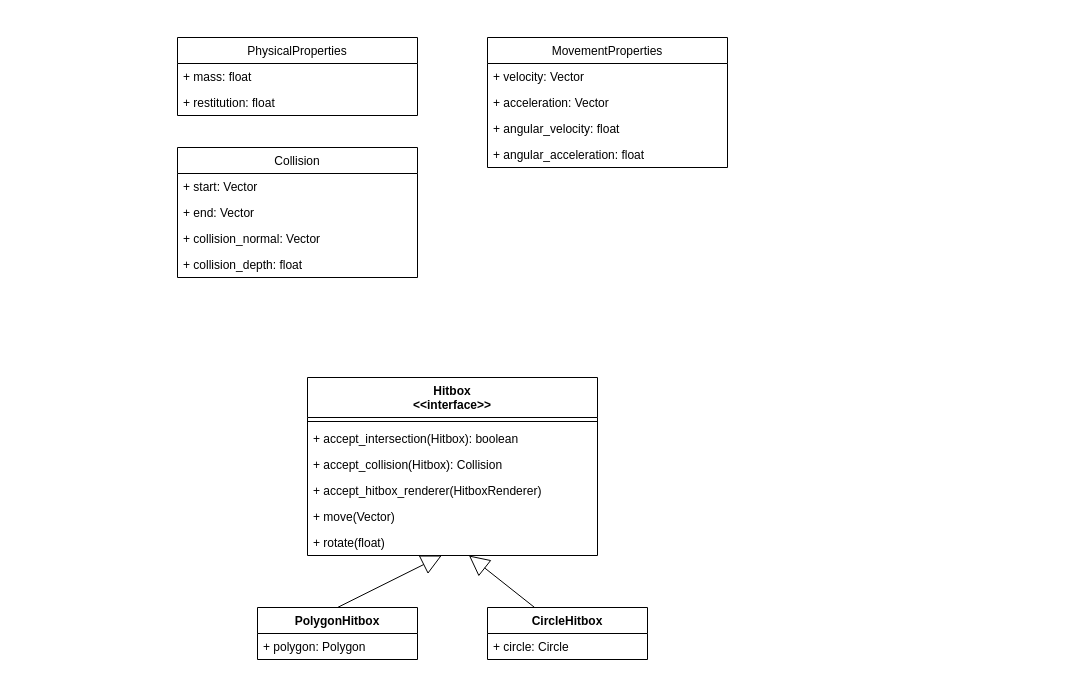
This is page "physicslib" (2 of 6) of docs/ClassDiagrams.drawio from MiniCooper40/2DPhysicsEngine, a draw.io file, before an edit. Source tidied: cells renumbered, new cells numbered last; positions are measured from the earlier drawing's top-left corner, leaving out a move shared by most shapes. Both pictures are drawn from the tidied source at 100%, with x=0, y=0 at pixel (177, 37).
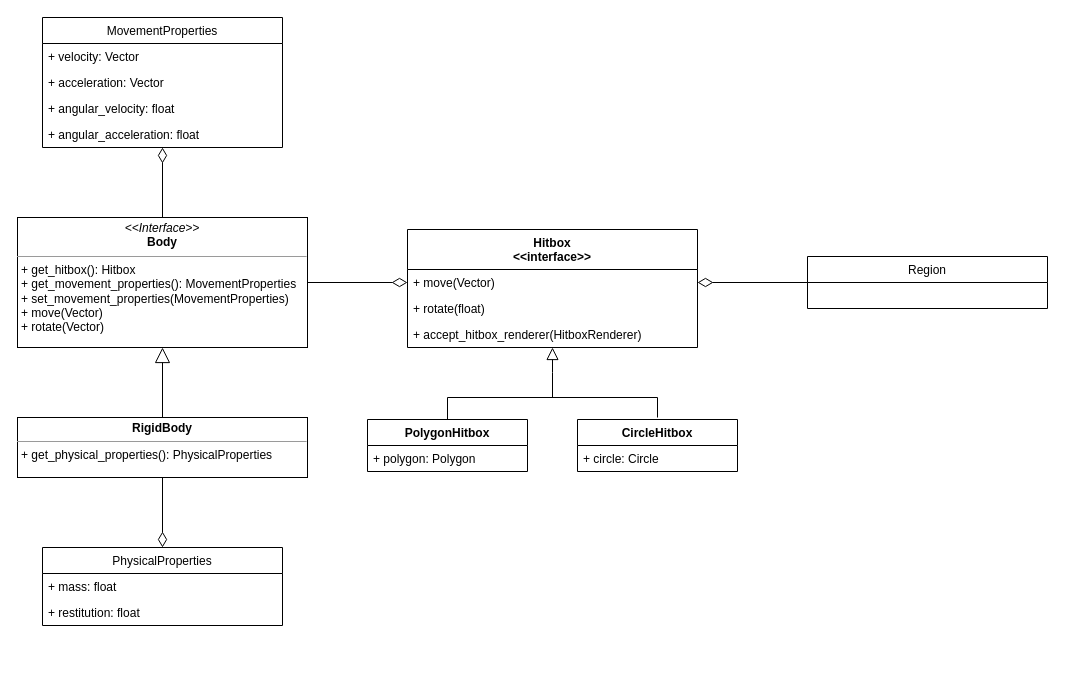
After the change.

The change refers to these unchanged cells:
```xml
<mxCell id="9" value="+ angular_acceleration: float" style="text;strokeColor=none;fillColor=none;align=left;verticalAlign=top;spacingLeft=4;spacingRight=4;overflow=hidden;points=[[0,0.5],[1,0.5]];portConstraint=eastwest;" parent="5" vertex="1">
  <mxGeometry y="104" width="240" height="26" as="geometry" />
</mxCell>
```

Change to the diagram source:
```diff
@@
     <mxCell id="2" value="PhysicalProperties" style="swimlane;fontStyle=0;horizontal=1;startSize=26;fillColor=none;" parent="1" vertex="1">
-      <mxGeometry width="240" height="78" as="geometry" />
+      <mxGeometry x="-135" y="510" width="240" height="78" as="geometry" />
     </mxCell>
@@
     <mxCell id="5" value="MovementProperties" style="swimlane;fontStyle=0;horizontal=1;startSize=26;fillColor=none;" parent="1" vertex="1">
-      <mxGeometry x="310" width="240" height="130" as="geometry" />
+      <mxGeometry x="-135" y="-20" width="240" height="130" as="geometry" />
     </mxCell>
@@
+    <mxCell id="28" style="edgeStyle=orthogonalEdgeStyle;rounded=0;jumpSize=10;orthogonalLoop=1;jettySize=auto;html=1;entryX=0.5;entryY=0;entryDx=0;entryDy=0;endArrow=none;endFill=0;endSize=13;" parent="1" edge="1">
+      <mxGeometry relative="1" as="geometry">
+        <mxPoint x="480" y="380" as="sourcePoint" />
+        <mxPoint x="270" y="382" as="targetPoint" />
+        <Array as="points">
+          <mxPoint x="480" y="360" />
+          <mxPoint x="270" y="360" />
+        </Array>
+      </mxGeometry>
+    </mxCell>
+    <mxCell id="29" style="edgeStyle=orthogonalEdgeStyle;rounded=0;jumpSize=10;jettySize=auto;html=1;endArrow=none;endFill=0;endSize=17;startArrow=block;startFill=0;targetPerimeterSpacing=14;sourcePerimeterSpacing=0;startSize=10;" parent="1" edge="1" source="10">
+      <mxGeometry relative="1" as="geometry">
+        <mxPoint x="375" y="360" as="targetPoint" />
+      </mxGeometry>
+    </mxCell>
     <mxCell id="10" value="Hitbox&#10;&lt;&lt;interface&gt;&gt;" style="swimlane;fontStyle=1;align=center;verticalAlign=top;horizontal=1;startSize=40;" parent="1" vertex="1">
-      <mxGeometry x="130" y="340" width="290" height="178" as="geometry" />
+      <mxGeometry x="230" y="192" width="290" height="118" as="geometry" />
     </mxCell>
-    <mxCell id="11" style="line;strokeWidth=1;fillColor=none;align=left;verticalAlign=middle;spacingTop=-1;spacingLeft=3;spacingRight=3;labelPosition=right;strokeColor=inherit;" parent="10" vertex="1">
-      <mxGeometry y="40" width="290" height="8" as="geometry" />
-    </mxCell>
-    <mxCell id="12" value="+ accept_intersection(Hitbox): boolean" style="text;strokeColor=none;fillColor=none;align=left;verticalAlign=top;spacingLeft=4;spacingRight=4;overflow=hidden;" parent="10" vertex="1">
-      <mxGeometry y="48" width="290" height="26" as="geometry" />
-    </mxCell>
-    <mxCell id="13" value="+ accept_collision(Hitbox): Collision" style="text;strokeColor=none;fillColor=none;align=left;verticalAlign=top;spacingLeft=4;spacingRight=4;overflow=hidden;" parent="10" vertex="1">
-      <mxGeometry y="74" width="290" height="26" as="geometry" />
-    </mxCell>
-    <mxCell id="14" value="+ accept_hitbox_renderer(HitboxRenderer)" style="text;strokeColor=none;fillColor=none;align=left;verticalAlign=top;spacingLeft=4;spacingRight=4;overflow=hidden;" parent="10" vertex="1">
-      <mxGeometry y="100" width="290" height="26" as="geometry" />
-    </mxCell>
     <mxCell id="15" value="+ move(Vector)" style="text;strokeColor=none;fillColor=none;align=left;verticalAlign=top;spacingLeft=4;spacingRight=4;overflow=hidden;points=[[0,0.5],[1,0.5]];portConstraint=eastwest;" parent="10" vertex="1">
-      <mxGeometry y="126" width="290" height="26" as="geometry" />
+      <mxGeometry y="40" width="290" height="26" as="geometry" />
     </mxCell>
     <mxCell id="16" value="+ rotate(float)" style="text;strokeColor=none;fillColor=none;align=left;verticalAlign=top;spacingLeft=4;spacingRight=4;overflow=hidden;points=[[0,0.5],[1,0.5]];portConstraint=eastwest;" parent="10" vertex="1">
-      <mxGeometry y="152" width="290" height="26" as="geometry" />
+      <mxGeometry y="66" width="290" height="26" as="geometry" />
     </mxCell>
-    <mxCell id="17" value="Collision" style="swimlane;fontStyle=0;horizontal=1;startSize=26;fillColor=none;" parent="1" vertex="1">
-      <mxGeometry y="110" width="240" height="130" as="geometry" />
-    </mxCell>
-    <mxCell id="18" value="+ start: Vector" style="text;strokeColor=none;fillColor=none;align=left;verticalAlign=top;spacingLeft=4;spacingRight=4;overflow=hidden;" parent="17" vertex="1">
-      <mxGeometry y="26" width="240" height="26" as="geometry" />
-    </mxCell>
-    <mxCell id="19" value="+ end: Vector" style="text;strokeColor=none;fillColor=none;align=left;verticalAlign=top;spacingLeft=4;spacingRight=4;overflow=hidden;" parent="17" vertex="1">
-      <mxGeometry y="52" width="240" height="26" as="geometry" />
-    </mxCell>
-    <mxCell id="20" value="+ collision_normal: Vector" style="text;strokeColor=none;fillColor=none;align=left;verticalAlign=top;spacingLeft=4;spacingRight=4;overflow=hidden;" parent="17" vertex="1">
-      <mxGeometry y="78" width="240" height="26" as="geometry" />
-    </mxCell>
-    <mxCell id="21" value="+ collision_depth: float" style="text;strokeColor=none;fillColor=none;align=left;verticalAlign=top;spacingLeft=4;spacingRight=4;overflow=hidden;" parent="17" vertex="1">
-      <mxGeometry y="104" width="240" height="26" as="geometry" />
-    </mxCell>
-    <mxCell id="22" style="edgeStyle=none;rounded=0;jettySize=auto;html=1;exitX=0.5;exitY=0;exitDx=0;exitDy=0;entryX=0.463;entryY=1.001;entryDx=0;entryDy=0;entryPerimeter=0;strokeWidth=1;endArrow=block;endFill=0;endSize=18;" parent="1" edge="1" source="23" target="16">
-      <mxGeometry relative="1" as="geometry" />
-    </mxCell>
+    <mxCell id="14" value="+ accept_hitbox_renderer(HitboxRenderer)" style="text;strokeColor=none;fillColor=none;align=left;verticalAlign=top;spacingLeft=4;spacingRight=4;overflow=hidden;" parent="10" vertex="1">
+      <mxGeometry y="92" width="290" height="26" as="geometry" />
+    </mxCell>
     <mxCell id="23" value="PolygonHitbox" style="swimlane;fontStyle=1;align=center;verticalAlign=top;horizontal=1;startSize=26;" parent="1" vertex="1">
-      <mxGeometry x="80" y="570" width="160" height="52" as="geometry" />
+      <mxGeometry x="190" y="382" width="160" height="52" as="geometry" />
     </mxCell>
@@
-    <mxCell id="25" style="edgeStyle=none;rounded=0;jettySize=auto;html=1;strokeWidth=1;endArrow=block;endFill=0;endSize=18;" parent="1" edge="1" source="26" target="16">
-      <mxGeometry relative="1" as="geometry" />
-    </mxCell>
     <mxCell id="26" value="CircleHitbox" style="swimlane;fontStyle=1;align=center;verticalAlign=top;horizontal=1;startSize=26;" parent="1" vertex="1">
-      <mxGeometry x="310" y="570" width="160" height="52" as="geometry" />
+      <mxGeometry x="400" y="382" width="160" height="52" as="geometry" />
     </mxCell>
@@
+    <mxCell id="30" style="edgeStyle=none;rounded=0;jumpSize=10;jettySize=auto;html=1;exitX=0.5;exitY=0;exitDx=0;exitDy=0;endArrow=diamondThin;endFill=0;endSize=13;" parent="1" edge="1" source="32" target="9">
+      <mxGeometry relative="1" as="geometry" />
+    </mxCell>
+    <mxCell id="31" style="edgeStyle=none;rounded=0;jumpSize=10;jettySize=auto;html=1;exitX=1;exitY=0.5;exitDx=0;exitDy=0;entryX=0;entryY=0.5;entryDx=0;entryDy=0;endArrow=diamondThin;endFill=0;endSize=13;" parent="1" edge="1" source="32" target="15">
+      <mxGeometry relative="1" as="geometry" />
+    </mxCell>
+    <mxCell id="32" value="&lt;p style=&quot;margin:0px;margin-top:4px;text-align:center;&quot;&gt;&lt;i&gt;&amp;lt;&amp;lt;Interface&amp;gt;&amp;gt;&lt;/i&gt;&lt;br&gt;&lt;b&gt;Body&lt;/b&gt;&lt;/p&gt;&lt;hr size=&quot;1&quot;&gt;&lt;p style=&quot;margin:0px;margin-left:4px;&quot;&gt;+ get_hitbox(): Hitbox&lt;br&gt;+ get_movement_properties(): MovementProperties&lt;/p&gt;&lt;p style=&quot;margin:0px;margin-left:4px;&quot;&gt;+ set_movement_properties(MovementProperties)&lt;/p&gt;&lt;p style=&quot;margin:0px;margin-left:4px;&quot;&gt;+ move(Vector)&lt;/p&gt;&lt;p style=&quot;margin:0px;margin-left:4px;&quot;&gt;+ rotate(Vector)&lt;/p&gt;" style="verticalAlign=top;align=left;overflow=fill;fontSize=12;fontFamily=Helvetica;html=1;" parent="1" vertex="1">
+      <mxGeometry x="-160" y="180" width="290" height="130" as="geometry" />
+    </mxCell>
+    <mxCell id="33" style="edgeStyle=none;rounded=0;jettySize=auto;html=1;entryX=0.5;entryY=1;entryDx=0;entryDy=0;strokeWidth=1;endArrow=block;endFill=0;endSize=13;" parent="1" edge="1" source="35" target="32">
+      <mxGeometry relative="1" as="geometry" />
+    </mxCell>
+    <mxCell id="34" style="edgeStyle=none;rounded=0;jumpSize=10;jettySize=auto;html=1;exitX=0.5;exitY=1;exitDx=0;exitDy=0;entryX=0.5;entryY=0;entryDx=0;entryDy=0;endArrow=diamondThin;endFill=0;endSize=13;" parent="1" edge="1" source="35" target="2">
+      <mxGeometry relative="1" as="geometry" />
+    </mxCell>
+    <mxCell id="35" value="&lt;p style=&quot;margin:0px;margin-top:4px;text-align:center;&quot;&gt;&lt;b&gt;RigidBody&lt;/b&gt;&lt;/p&gt;&lt;hr size=&quot;1&quot;&gt;&lt;p style=&quot;margin:0px;margin-left:4px;&quot;&gt;+ get_physical_properties(): PhysicalProperties&lt;/p&gt;" style="verticalAlign=top;align=left;overflow=fill;fontSize=12;fontFamily=Helvetica;html=1;" parent="1" vertex="1">
+      <mxGeometry x="-160" y="380" width="290" height="60" as="geometry" />
+    </mxCell>
+    <mxCell id="36" style="edgeStyle=none;rounded=0;jumpSize=10;jettySize=auto;html=1;entryX=1;entryY=0.5;entryDx=0;entryDy=0;endArrow=diamondThin;endFill=0;endSize=13;" parent="1" edge="1" source="37" target="15">
+      <mxGeometry relative="1" as="geometry" />
+    </mxCell>
+    <mxCell id="37" value="Region" style="swimlane;fontStyle=0;horizontal=1;startSize=26;fillColor=none;" parent="1" vertex="1">
+      <mxGeometry x="630" y="219" width="240" height="52" as="geometry" />
+    </mxCell>
```
